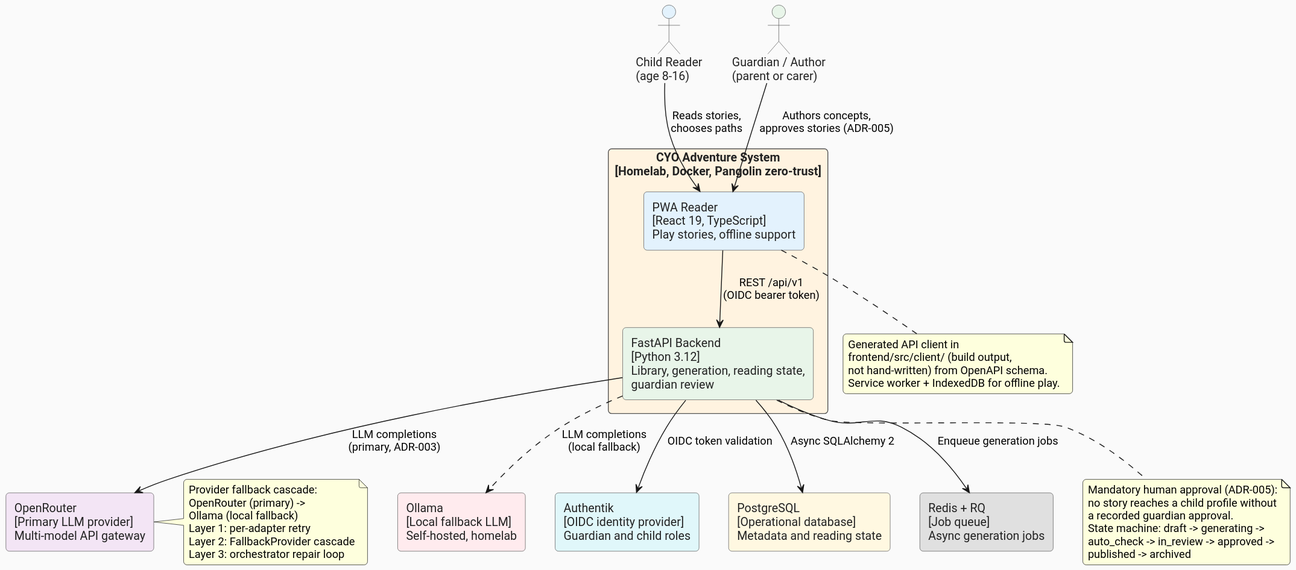
ByronWilliamsCPA/cyo-adventure keeps this PlantUML diagram as docs/architecture/diagrams/c4-context.svg. Above is the earlier version. The source it was exported from:
```plantuml
@startuml

!define ICONURL https://raw.githubusercontent.com/tupadr3/plantuml-icon-font-sprites/v2.4.0
skinparam defaultFontName "Roboto"
skinparam backgroundColor #FAFAFA
skinparam roundCorner 8

skinparam rectangle {
  BorderColor #555555
  FontColor #222222
}

skinparam actor {
  BorderColor #555555
  FontColor #222222
  BackgroundColor #FFFFFF
}

actor "Child Reader\n(age 8-16)" as child #E3F2FD
actor "Guardian / Author\n(parent or carer)" as guardian #E8F5E9

rectangle "CYO Adventure System\n[Homelab, Docker, Pangolin zero-trust]" as system #FFF3E0 {
  rectangle "PWA Reader\n[React 19, TypeScript]\nPlay stories, offline support" as pwa #E3F2FD
  rectangle "FastAPI Backend\n[Python 3.12]\nLibrary, generation, reading state,\nguardian review" as backend #E8F5E9
}

rectangle "OpenRouter\n[Primary LLM provider]\nMulti-model API gateway" as openrouter #F3E5F5
rectangle "Ollama\n[Local fallback LLM]\nSelf-hosted, homelab" as ollama #FFEBEE
rectangle "Authentik\n[OIDC identity provider]\nGuardian and child roles" as authentik #E0F7FA
rectangle "PostgreSQL\n[Operational database]\nMetadata and reading state" as postgres #FFF8E1
rectangle "Redis + RQ\n[Job queue]\nAsync generation jobs" as redis #E0E0E0

child --> pwa : "Reads stories,\nchooses paths"
guardian --> pwa : "Authors concepts,\napproves stories (ADR-005)"
pwa --> backend : "REST /api/v1\n(OIDC bearer token)"
backend --> openrouter : "LLM completions\n(primary, ADR-003)"
backend ..> ollama : "LLM completions\n(local fallback)"
backend --> authentik : "OIDC token validation"
backend --> postgres : "Async SQLAlchemy 2"
backend --> redis : "Enqueue generation jobs"

note bottom of pwa
  Generated API client in
  frontend/src/client/ (build output,
  not hand-written) from OpenAPI schema.
  Service worker + IndexedDB for offline play.
end note

note right of openrouter
  Provider fallback cascade:
  OpenRouter (primary) ->
  Ollama (local fallback)
  Layer 1: per-adapter retry
  Layer 2: FallbackProvider cascade
  Layer 3: orchestrator repair loop
end note

note bottom of backend
  Mandatory human approval (ADR-005):
  no story reaches a child profile without
  a recorded guardian approval.
  State machine: draft -> generating ->
  auto_check -> in_review -> approved ->
  published -> archived
end note
@enduml
```
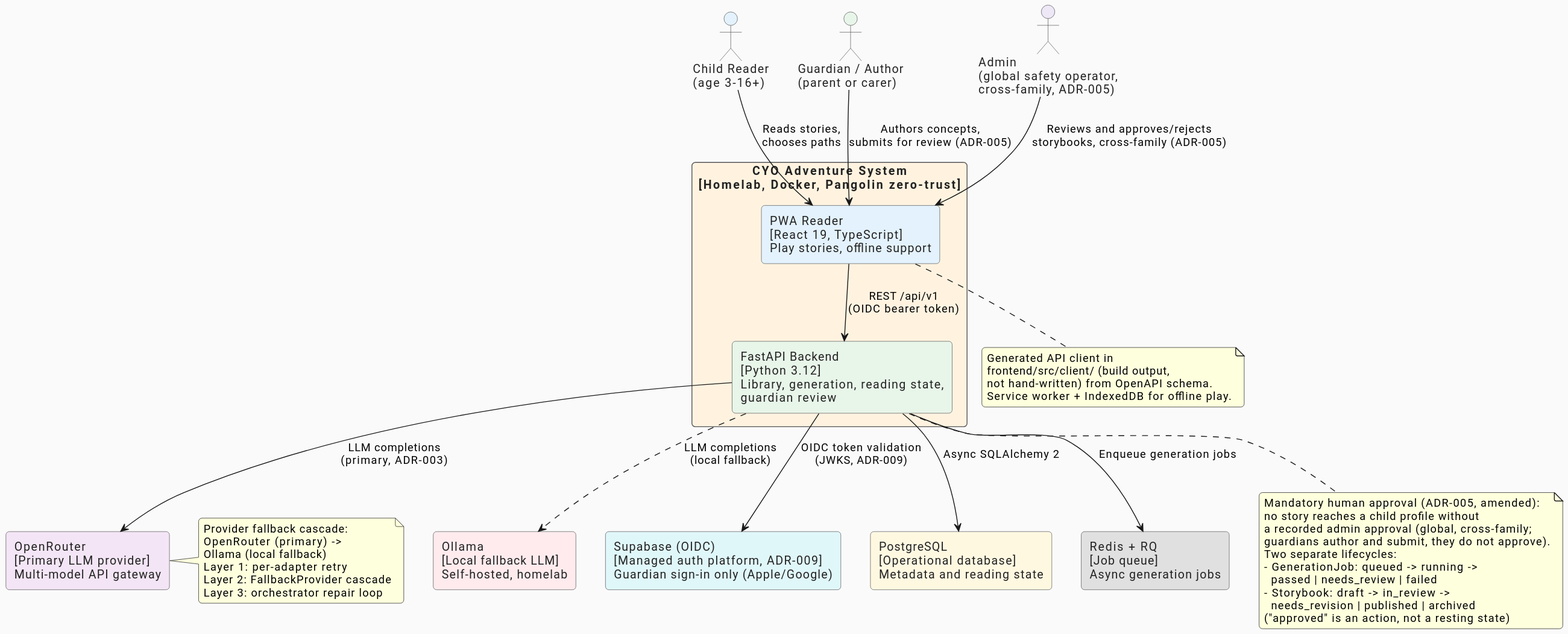
The same file after the commit.

Change to the diagram source:
```diff
@@ -16,8 +16,9 @@
   BackgroundColor #FFFFFF
 }
 
-actor "Child Reader\n(age 8-16)" as child #E3F2FD
+actor "Child Reader\n(age 3-16+)" as child #E3F2FD
 actor "Guardian / Author\n(parent or carer)" as guardian #E8F5E9
+actor "Admin\n(global safety operator,\ncross-family, ADR-005)" as admin #EDE7F6
 
 rectangle "CYO Adventure System\n[Homelab, Docker, Pangolin zero-trust]" as system #FFF3E0 {
   rectangle "PWA Reader\n[React 19, TypeScript]\nPlay stories, offline support" as pwa #E3F2FD
@@ -26,16 +27,17 @@
 
 rectangle "OpenRouter\n[Primary LLM provider]\nMulti-model API gateway" as openrouter #F3E5F5
 rectangle "Ollama\n[Local fallback LLM]\nSelf-hosted, homelab" as ollama #FFEBEE
-rectangle "Authentik\n[OIDC identity provider]\nGuardian and child roles" as authentik #E0F7FA
+rectangle "Supabase (OIDC)\n[Managed auth platform, ADR-009]\nGuardian sign-in only (Apple/Google)" as supabase_auth #E0F7FA
 rectangle "PostgreSQL\n[Operational database]\nMetadata and reading state" as postgres #FFF8E1
 rectangle "Redis + RQ\n[Job queue]\nAsync generation jobs" as redis #E0E0E0
 
 child --> pwa : "Reads stories,\nchooses paths"
-guardian --> pwa : "Authors concepts,\napproves stories (ADR-005)"
+guardian --> pwa : "Authors concepts,\nsubmits for review (ADR-005)"
+admin --> pwa : "Reviews and approves/rejects\nstorybooks, cross-family (ADR-005)"
 pwa --> backend : "REST /api/v1\n(OIDC bearer token)"
 backend --> openrouter : "LLM completions\n(primary, ADR-003)"
 backend ..> ollama : "LLM completions\n(local fallback)"
-backend --> authentik : "OIDC token validation"
+backend --> supabase_auth : "OIDC token validation\n(JWKS, ADR-009)"
 backend --> postgres : "Async SQLAlchemy 2"
 backend --> redis : "Enqueue generation jobs"
 
@@ -56,11 +58,15 @@
 end note
 
 note bottom of backend
-  Mandatory human approval (ADR-005):
+  Mandatory human approval (ADR-005, amended):
   no story reaches a child profile without
-  a recorded guardian approval.
-  State machine: draft -> generating ->
-  auto_check -> in_review -> approved ->
-  published -> archived
+  a recorded admin approval (global, cross-family;
+  guardians author and submit, they do not approve).
+  Two separate lifecycles:
+  - GenerationJob: queued -> running ->
+    passed | needs_review | failed
+  - Storybook: draft -> in_review ->
+    needs_revision | published | archived
+  ("approved" is an action, not a resting state)
 end note
 @enduml
```
